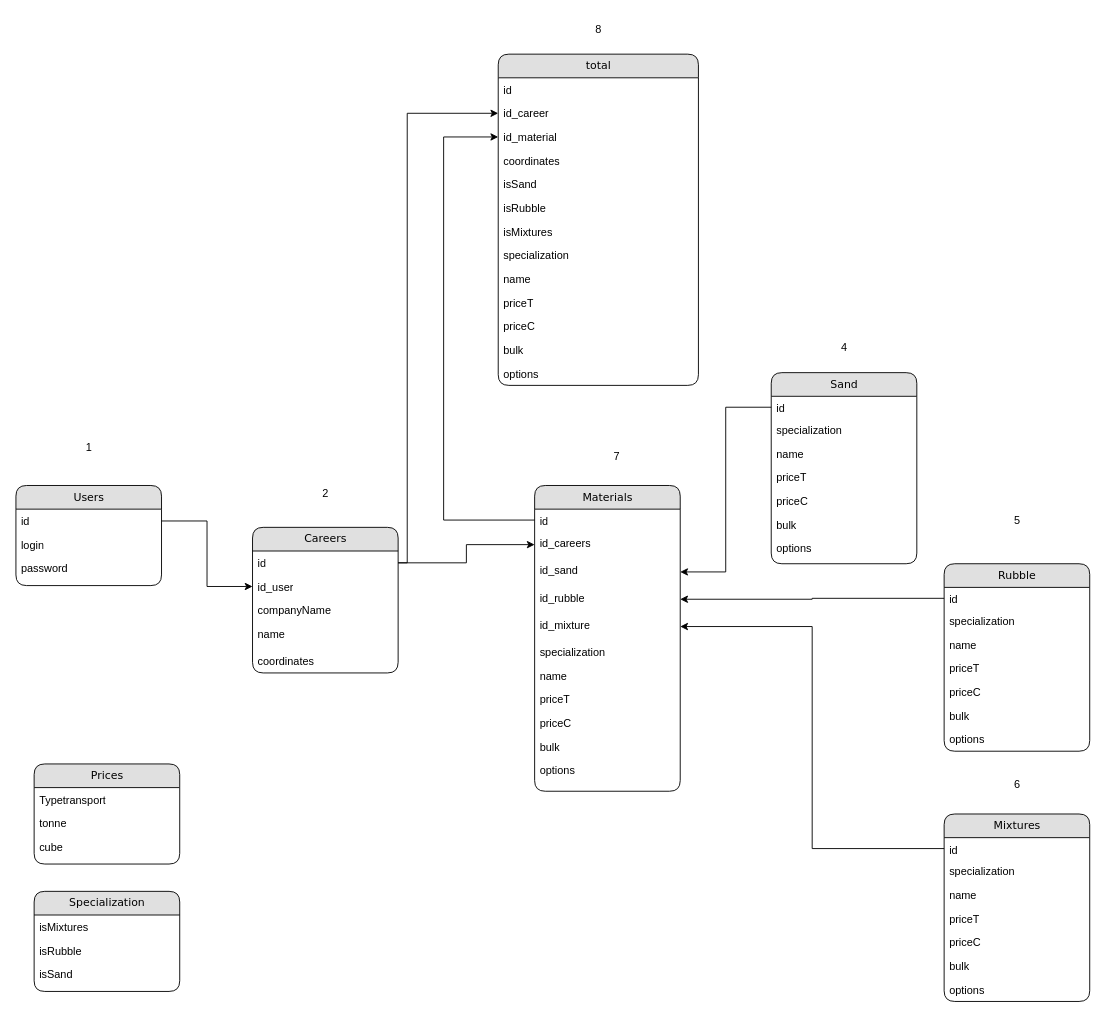
Mashiba113/ForSpectr keeps this draw.io diagram as spectrBD.drawio. Above is the earlier version. Source tidied: cells renumbered, new cells numbered last; positions are measured from the earlier drawing's top-left corner, leaving out a move shared by most shapes. Both pictures are drawn from the tidied source at 91%, with x=0, y=0 at pixel (15, 15).
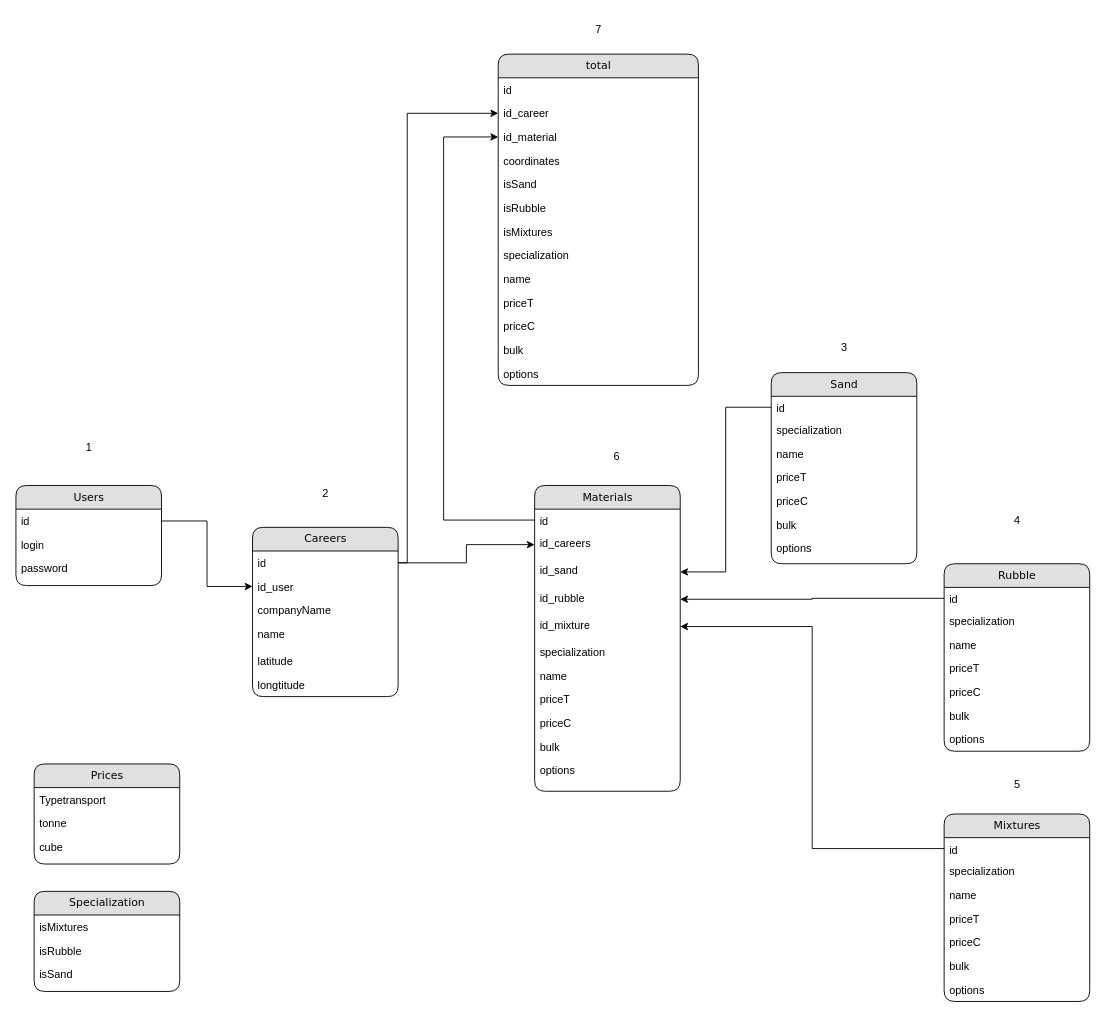
The same page after the edit.

Diff of the diagram source:
```diff
@@
     <mxCell id="2" value="Careers" style="swimlane;html=1;fontStyle=0;horizontal=1;startSize=26;fillColor=#e0e0e0;swimlaneFillColor=#ffffff;align=center;rounded=1;shadow=0;comic=0;labelBackgroundColor=none;strokeWidth=1;fontFamily=Verdana;fontSize=12;" parent="1" vertex="1">
-      <mxGeometry x="260" y="562" width="160" height="160" as="geometry" />
+      <mxGeometry x="260" y="562" width="160" height="186" as="geometry" />
     </mxCell>
@@
-    <mxCell id="7" value="coordinates" style="text;html=1;strokeColor=none;fillColor=none;spacingLeft=4;spacingRight=4;whiteSpace=wrap;overflow=hidden;" parent="2" vertex="1">
+    <mxCell id="7" value="latitude" style="text;html=1;strokeColor=none;fillColor=none;spacingLeft=4;spacingRight=4;whiteSpace=wrap;overflow=hidden;" parent="2" vertex="1">
       <mxGeometry y="134" width="160" height="26" as="geometry" />
     </mxCell>
+    <mxCell id="84" value="longtitude" style="text;html=1;strokeColor=none;fillColor=none;spacingLeft=4;spacingRight=4;whiteSpace=wrap;overflow=hidden;" parent="2" vertex="1">
+      <mxGeometry y="160" width="160" height="26" as="geometry" />
+    </mxCell>
@@
-    <mxCell id="79" value="4" style="text;html=1;align=center;verticalAlign=middle;strokeColor=none;fillColor=none;" parent="1" vertex="1">
+    <mxCell id="79" value="3" style="text;html=1;align=center;verticalAlign=middle;strokeColor=none;fillColor=none;" parent="1" vertex="1">
       <mxGeometry x="895" y="350" width="30" height="30" as="geometry" />
     </mxCell>
-    <mxCell id="80" value="5" style="text;html=1;align=center;verticalAlign=middle;strokeColor=none;fillColor=none;" parent="1" vertex="1">
+    <mxCell id="80" value="4" style="text;html=1;align=center;verticalAlign=middle;strokeColor=none;fillColor=none;" parent="1" vertex="1">
       <mxGeometry x="1085" y="540" width="30" height="30" as="geometry" />
     </mxCell>
-    <mxCell id="81" value="6" style="text;html=1;align=center;verticalAlign=middle;strokeColor=none;fillColor=none;" parent="1" vertex="1">
+    <mxCell id="81" value="5" style="text;html=1;align=center;verticalAlign=middle;strokeColor=none;fillColor=none;" parent="1" vertex="1">
       <mxGeometry x="1085" y="830" width="30" height="30" as="geometry" />
     </mxCell>
-    <mxCell id="82" value="7" style="text;html=1;align=center;verticalAlign=middle;strokeColor=none;fillColor=none;" parent="1" vertex="1">
+    <mxCell id="82" value="6" style="text;html=1;align=center;verticalAlign=middle;strokeColor=none;fillColor=none;" parent="1" vertex="1">
       <mxGeometry x="645" y="470" width="30" height="30" as="geometry" />
     </mxCell>
-    <mxCell id="83" value="8" style="text;html=1;align=center;verticalAlign=middle;strokeColor=none;fillColor=none;" parent="1" vertex="1">
+    <mxCell id="83" value="7" style="text;html=1;align=center;verticalAlign=middle;strokeColor=none;fillColor=none;" parent="1" vertex="1">
       <mxGeometry x="625" width="30" height="30" as="geometry" />
     </mxCell>
```
